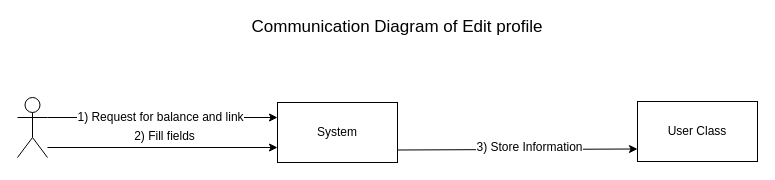
Above: Behavioral Modeling/Communication Diagram/CD_edit profile.drawio in kargaranamir/Travelink (draw.io), before the change. Source tidied: cells renumbered, new cells numbered last; positions are measured from the earlier drawing's top-left corner, leaving out a move shared by most shapes. Both pictures are drawn from the tidied source at 100%, with x=0, y=0 at pixel (17, 17).
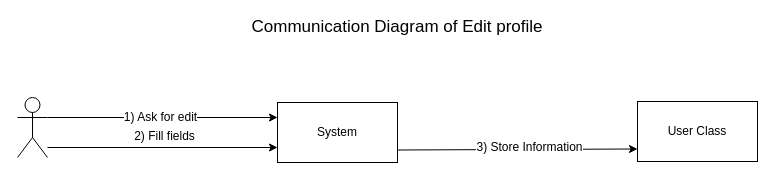
The same diagram, later.

Diff of the diagram source:
```diff
@@
 <mxGraphModel>
   <root>
     <mxCell id="0" />
     <mxCell id="1" parent="0" />
     <mxCell id="2" style="shape=umlActor;verticalLabelPosition=bottom;labelBackgroundColor=#ffffff;verticalAlign=top;html=1;outlineConnect=0;" parent="1" vertex="1">
       <mxGeometry y="80" width="30" height="60" as="geometry" />
     </mxCell>
     <mxCell id="3" value="System" style="rounded=0;whiteSpace=wrap;html=1;" parent="1" vertex="1">
       <mxGeometry x="260" y="85" width="120" height="60" as="geometry" />
     </mxCell>
     <mxCell id="4" value="&lt;span&gt;User Class&lt;/span&gt;" style="rounded=0;whiteSpace=wrap;html=1;" parent="1" vertex="1">
       <mxGeometry x="620" y="84" width="120" height="60" as="geometry" />
     </mxCell>
     <mxCell id="5" style="endArrow=classic;html=1;entryX=0;entryY=0.25;entryDx=0;entryDy=0;exitX=1;exitY=0.3333333333333333;exitDx=0;exitDy=0;exitPerimeter=0;" parent="1" edge="1" source="2" target="3">
       <mxGeometry relative="1" as="geometry" />
     </mxCell>
-    <mxCell id="6" value="&lt;span&gt;1) Request for balance and link&lt;/span&gt;&lt;br&gt;" style="text;html=1;align=center;verticalAlign=middle;labelBackgroundColor=#ffffff;" parent="5" vertex="1">
+    <mxCell id="6" value="1) Ask for edit" style="text;html=1;align=center;verticalAlign=middle;labelBackgroundColor=#ffffff;" parent="5" vertex="1">
       <mxGeometry x="-0.03" y="1" relative="1" as="geometry" />
     </mxCell>
     <mxCell id="7" style="endArrow=classic;html=1;exitX=1;exitY=0.25;exitDx=0;exitDy=0;entryX=0;entryY=0.25;entryDx=0;entryDy=0;" parent="1" edge="1">
       <mxGeometry relative="1" as="geometry">
         <mxPoint x="380" y="132.5" as="sourcePoint" />
         <mxPoint x="620" y="131.5" as="targetPoint" />
       </mxGeometry>
     </mxCell>
     <mxCell id="8" value="&lt;span&gt;3) Store Information&lt;/span&gt;&lt;br&gt;" style="text;html=1;align=center;verticalAlign=middle;labelBackgroundColor=#ffffff;" parent="7" vertex="1">
       <mxGeometry x="0.21" relative="1" as="geometry">
         <mxPoint x="-13" y="-2" as="offset" />
       </mxGeometry>
     </mxCell>
     <mxCell id="9" value="&lt;font style=&quot;font-size: 17px&quot;&gt;Communication Diagram of Edit profile&lt;/font&gt;" style="text;html=1;strokeColor=none;fillColor=none;align=center;verticalAlign=middle;whiteSpace=wrap;rounded=0;" parent="1" vertex="1">
       <mxGeometry x="140" width="480" height="20" as="geometry" />
     </mxCell>
     <mxCell id="10" style="endArrow=classic;html=1;entryX=0;entryY=0.75;entryDx=0;entryDy=0;" parent="1" edge="1" target="3">
       <mxGeometry relative="1" as="geometry">
         <mxPoint x="30" y="130" as="sourcePoint" />
       </mxGeometry>
     </mxCell>
     <mxCell id="11" value="&lt;span&gt;2) Fill fields&lt;/span&gt;&lt;br&gt;" style="text;html=1;align=center;verticalAlign=middle;labelBackgroundColor=#ffffff;" parent="10" vertex="1">
       <mxGeometry x="-0.03" y="1" relative="1" as="geometry">
         <mxPoint x="4" y="-11" as="offset" />
       </mxGeometry>
     </mxCell>
   </root>
 </mxGraphModel>
```
